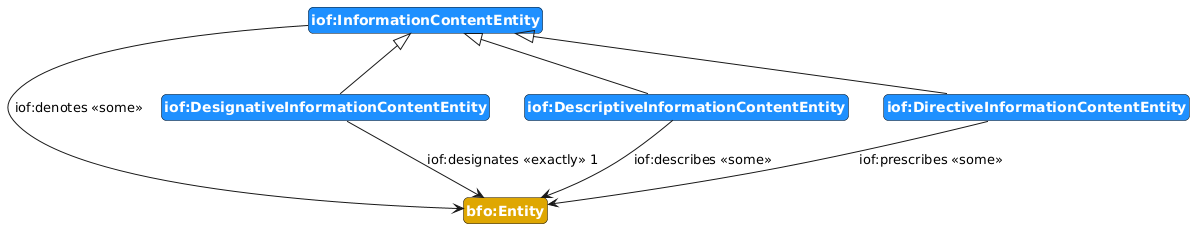
The PlantUML diagram scenarios/information-and-aboutness/images/general-information-aboutness.png in iofoundry/IOF-Core-Pattern-v2, before a commit. Its diagram source:
```plantuml
@startuml
!include https://raw.githubusercontent.com/iofoundry/ontopuml/main/iof.iuml

oClass(iof:InformationContentEntity)
oClass(iof:DesignativeInformationContentEntity)
oClass(iof:DescriptiveInformationContentEntity)
oClass(iof:DirectiveInformationContentEntity)
subClass(iof:DesignativeInformationContentEntity, iof:InformationContentEntity)
subClass(iof:DescriptiveInformationContentEntity, iof:InformationContentEntity)
subClass(iof:DirectiveInformationContentEntity, iof:InformationContentEntity)
oClass(bfo:Entity)
xSome(iof:DescriptiveInformationContentEntity, iof:describes, bfo:Entity, "", down)
xSome(iof:DirectiveInformationContentEntity, iof:prescribes, bfo:Entity, "", down)
xSome(iof:DesignativeInformationContentEntity, iof:designates, bfo:Entity, "<<exactly>> 1", down)
xSome(iof:InformationContentEntity, iof:denotes, bfo:Entity, "", right)
@enduml
```
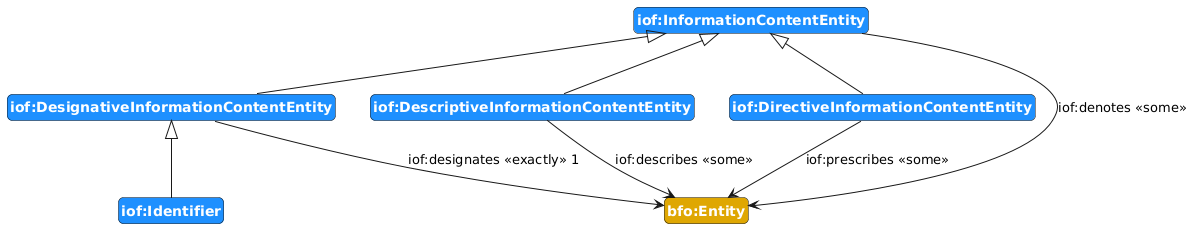
The same file after the commit.

Diff of the diagram source:
```diff
@@ -5,9 +5,11 @@
 oClass(iof:DesignativeInformationContentEntity)
 oClass(iof:DescriptiveInformationContentEntity)
 oClass(iof:DirectiveInformationContentEntity)
+oClass(iof:Identifier)
 subClass(iof:DesignativeInformationContentEntity, iof:InformationContentEntity)
 subClass(iof:DescriptiveInformationContentEntity, iof:InformationContentEntity)
 subClass(iof:DirectiveInformationContentEntity, iof:InformationContentEntity)
+subClass(iof:Identifier, iof:DesignativeInformationContentEntity)
 oClass(bfo:Entity)
 xSome(iof:DescriptiveInformationContentEntity, iof:describes, bfo:Entity, "", down)
 xSome(iof:DirectiveInformationContentEntity, iof:prescribes, bfo:Entity, "", down)
```
